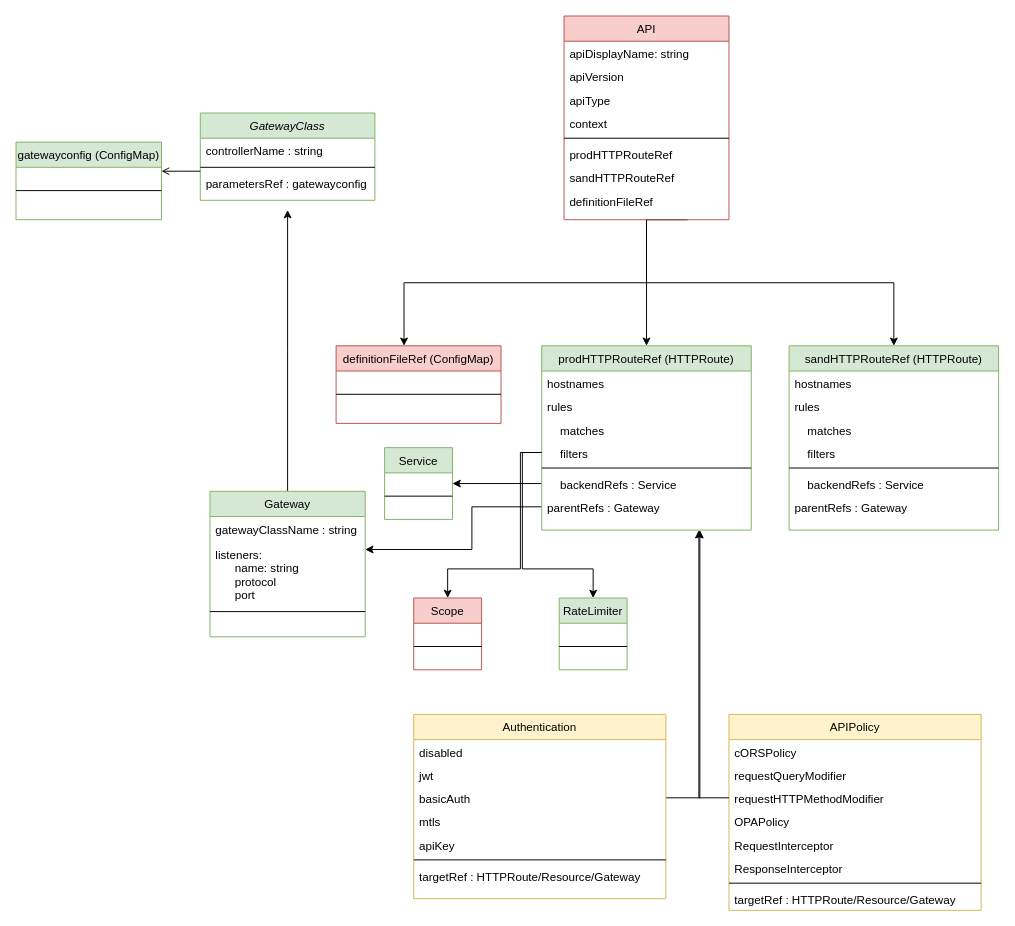
This is developer/crds/crd.drawio from wso2/apk, a draw.io file, before an edit. Source tidied: cells renumbered, new cells numbered last; positions are measured from the earlier drawing's top-left corner, leaving out a move shared by most shapes. Both pictures are drawn from the tidied source at 97%, with x=0, y=0 at pixel (16, 16).
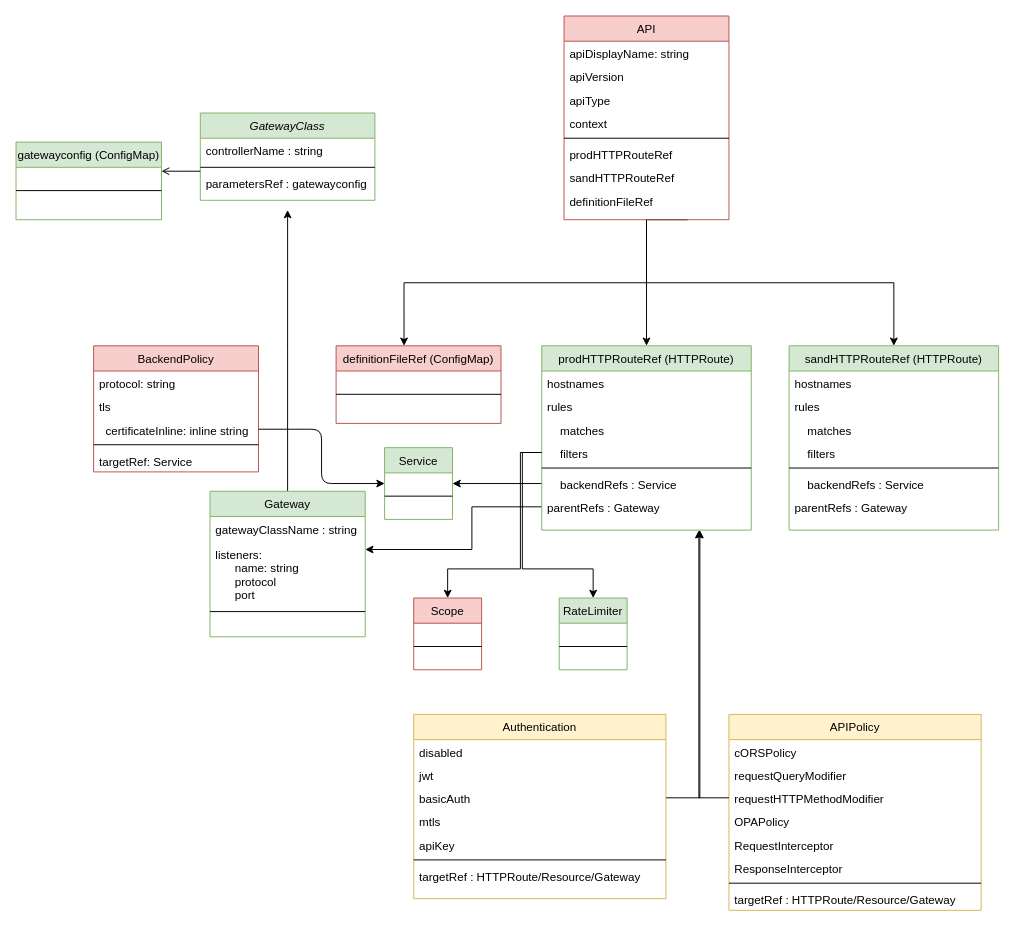
The same page after the edit.

Unchanged cells that the change refers to:
```xml
<mxCell id="40" value="Service" style="swimlane;fontStyle=0;align=center;verticalAlign=top;horizontal=1;startSize=26;rounded=0;shadow=0;strokeWidth=1;fillColor=#d5e8d4;strokeColor=#82b366;" parent="1" vertex="1">
  <mxGeometry x="380" y="445" width="70" height="74" as="geometry" />
</mxCell>
```

The edit, as a diff of the source:
```diff
@@
+    <mxCell id="75" value="BackendPolicy" style="swimlane;fontStyle=0;align=center;verticalAlign=top;horizontal=1;startSize=26;rounded=0;shadow=0;strokeWidth=1;fillColor=#f8cecc;strokeColor=#b85450;" parent="1" vertex="1">
+      <mxGeometry x="80" y="340" width="170" height="130" as="geometry" />
+    </mxCell>
+    <mxCell id="76" value="protocol: string" style="text;align=left;verticalAlign=top;spacingLeft=4;spacingRight=4;overflow=hidden;" parent="75" vertex="1">
+      <mxGeometry y="26" width="170" height="24" as="geometry" />
+    </mxCell>
+    <mxCell id="77" value="tls&#10;  " style="text;align=left;verticalAlign=top;spacingLeft=4;spacingRight=4;overflow=hidden;" parent="75" vertex="1">
+      <mxGeometry y="50" width="170" height="24" as="geometry" />
+    </mxCell>
+    <mxCell id="78" value="  certificateInline: inline string" style="text;align=left;verticalAlign=top;spacingLeft=4;spacingRight=4;overflow=hidden;points=[[0,0.5],[1,0.5]];portConstraint=eastwest;" parent="75" vertex="1">
+      <mxGeometry y="74" width="170" height="24" as="geometry" />
+    </mxCell>
+    <mxCell id="79" style="line;html=1;strokeWidth=1;align=left;verticalAlign=middle;spacingTop=-1;spacingLeft=3;spacingRight=3;labelPosition=right;" parent="75" vertex="1">
+      <mxGeometry y="98" width="170" height="8" as="geometry" />
+    </mxCell>
+    <mxCell id="80" value="targetRef: Service" style="text;align=left;verticalAlign=top;spacingLeft=4;spacingRight=4;overflow=hidden;" parent="75" vertex="1">
+      <mxGeometry y="106" width="170" height="24" as="geometry" />
+    </mxCell>
+    <mxCell id="81" style="edgeStyle=orthogonalEdgeStyle;html=1;exitX=1;exitY=0.5;exitDx=0;exitDy=0;entryX=0;entryY=0.5;entryDx=0;entryDy=0;" parent="1" edge="1" source="78" target="40">
+      <mxGeometry relative="1" as="geometry" />
+    </mxCell>
```
